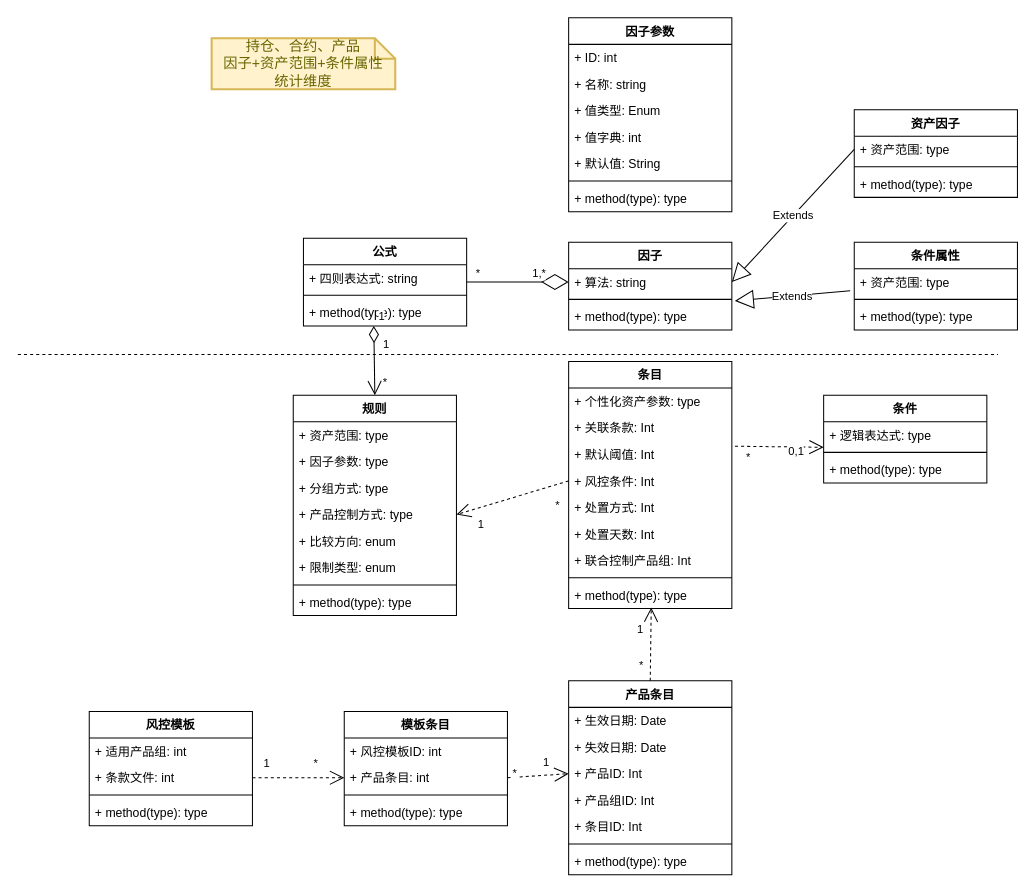
Before: page "概念模型" (1 of 2) of Untitled Diagram.drawio in jiangchanghui/learning, a draw.io diagram. Source tidied: cells renumbered, new cells numbered last; positions are measured from the earlier drawing's top-left corner, leaving out a move shared by most shapes. Both pictures are drawn from the tidied source at 102%, with x=0, y=0 at pixel (17, 17).
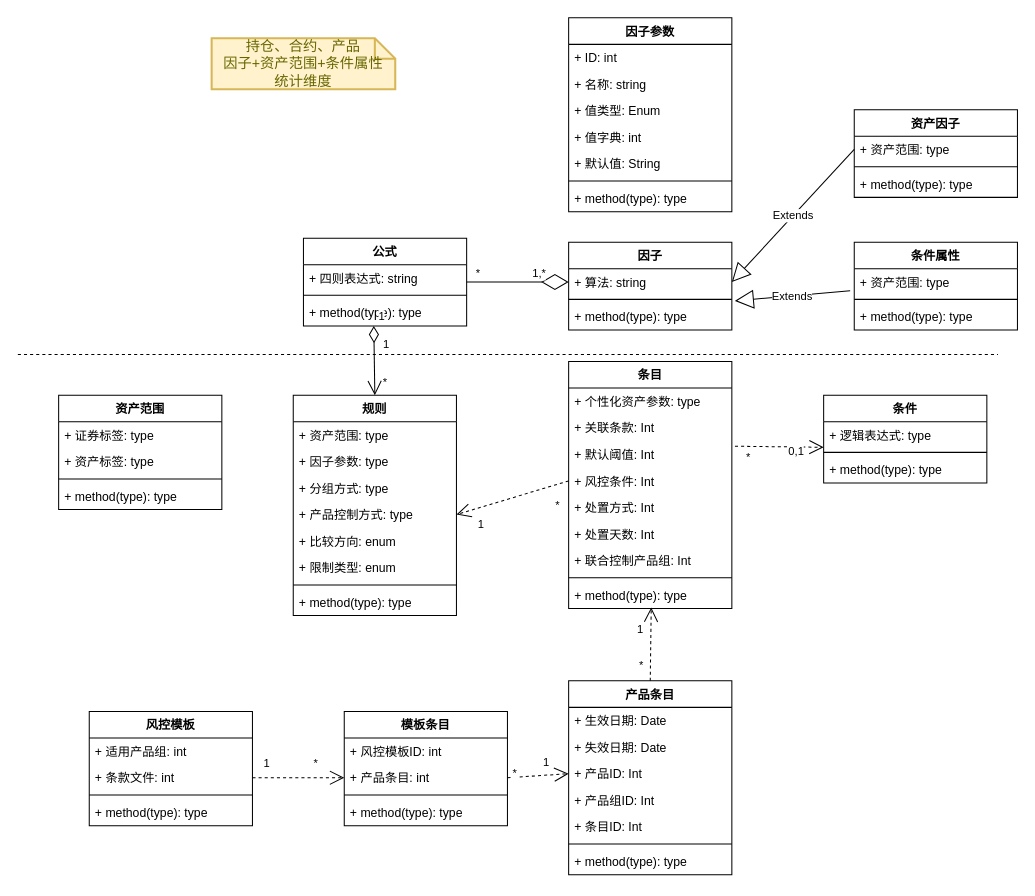
After the change.

Diff of the diagram source:
```diff
@@
+    <mxCell id="92" value="资产范围" style="swimlane;fontStyle=1;align=center;verticalAlign=top;horizontal=1;startSize=26;" parent="1" vertex="1">
+      <mxGeometry x="40" y="370" width="160" height="112" as="geometry" />
+    </mxCell>
+    <mxCell id="93" value="+ 证券标签: type" style="text;strokeColor=none;fillColor=none;align=left;verticalAlign=top;spacingLeft=4;spacingRight=4;overflow=hidden;" parent="92" vertex="1">
+      <mxGeometry y="26" width="160" height="26" as="geometry" />
+    </mxCell>
+    <mxCell id="94" value="+ 资产标签: type" style="text;strokeColor=none;fillColor=none;align=left;verticalAlign=top;spacingLeft=4;spacingRight=4;overflow=hidden;" parent="92" vertex="1">
+      <mxGeometry y="52" width="160" height="26" as="geometry" />
+    </mxCell>
+    <mxCell id="95" style="line;strokeWidth=1;fillColor=none;align=left;verticalAlign=middle;spacingTop=-1;spacingLeft=3;spacingRight=3;labelPosition=right;strokeColor=inherit;" parent="92" vertex="1">
+      <mxGeometry y="78" width="160" height="8" as="geometry" />
+    </mxCell>
+    <mxCell id="96" value="+ method(type): type" style="text;strokeColor=none;fillColor=none;align=left;verticalAlign=top;spacingLeft=4;spacingRight=4;overflow=hidden;" parent="92" vertex="1">
+      <mxGeometry y="86" width="160" height="26" as="geometry" />
+    </mxCell>
```
